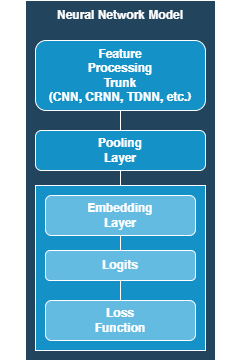
The draw.io diagram latex/slides/img/architecture.png in gabrielecerizza/apr_project, before a commit. Source tidied: cells renumbered, new cells last; positions are measured from the earlier drawing's top-left corner, leaving out a move shared by most shapes.
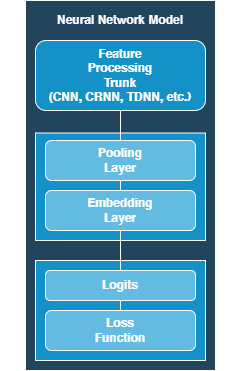
The same diagram one commit later.

The edit, as a diff of the source:
```diff
@@ -3,13 +3,13 @@
     <mxCell id="0" />
     <mxCell id="1" parent="0" />
     <mxCell id="2" style="rounded=0;whiteSpace=wrap;html=1;fontFamily=Helvetica;fillColor=#23445D;strokeColor=#FFFFFF;gradientColor=none;fontColor=#FFFFFF;fontStyle=1;" parent="1" vertex="1">
-      <mxGeometry x="25" width="190" height="360" as="geometry" />
+      <mxGeometry x="25" y="-10" width="190" height="370" as="geometry" />
     </mxCell>
     <mxCell id="3" value="Feature&lt;br&gt;Processing&lt;br&gt;Trunk&lt;br&gt;(CNN, CRNN, TDNN, etc.)" style="rounded=1;whiteSpace=wrap;html=1;fontFamily=Helvetica;fillColor=#1491C7;fontColor=#FFFFFF;strokeColor=#FFFFFF;fontStyle=1;" parent="1" vertex="1">
-      <mxGeometry x="35" y="40" width="170" height="70" as="geometry" />
+      <mxGeometry x="35" y="30" width="170" height="70" as="geometry" />
     </mxCell>
     <mxCell id="4" value="Neural Network Model" style="text;html=1;strokeColor=none;fillColor=none;align=center;verticalAlign=middle;whiteSpace=wrap;rounded=0;fontFamily=Helvetica;fontColor=#FFFFFF;fontStyle=1;" parent="1" vertex="1">
-      <mxGeometry width="240" height="30" as="geometry" />
+      <mxGeometry y="-10" width="240" height="40" as="geometry" />
     </mxCell>
     <mxCell id="5" style="endArrow=none;html=1;rounded=0;exitX=0.5;exitY=1;exitDx=0;exitDy=0;fontFamily=Helvetica;entryX=0.5;entryY=0;entryDx=0;entryDy=0;fontColor=#FFFFFF;strokeColor=#FFFFFF;fontStyle=1;" parent="1" edge="1" source="3" target="7">
       <mxGeometry relative="1" as="geometry" />
@@ -17,20 +17,14 @@
     <mxCell id="6" style="endArrow=none;html=1;rounded=0;entryX=0;entryY=0.5;entryDx=0;entryDy=0;exitX=1;exitY=0.5;exitDx=0;exitDy=0;fontFamily=Helvetica;fontColor=#FFFFFF;strokeColor=#FFFFFF;fontStyle=1;" parent="1" edge="1" source="11" target="12">
       <mxGeometry relative="1" as="geometry" />
     </mxCell>
-    <mxCell id="7" value="Pooling&lt;br&gt;Layer" style="rounded=1;whiteSpace=wrap;html=1;fontFamily=Helvetica;fillColor=#1491C7;fontColor=#FFFFFF;strokeColor=#FFFFFF;fontStyle=1;" parent="1" vertex="1">
-      <mxGeometry x="35" y="130" width="170" height="40" as="geometry" />
-    </mxCell>
     <mxCell id="8" style="endArrow=none;html=1;rounded=0;fontFamily=Helvetica;entryX=0.5;entryY=1;entryDx=0;entryDy=0;exitX=0.5;exitY=0;exitDx=0;exitDy=0;fontColor=#FFFFFF;strokeColor=#FFFFFF;fontStyle=1;" parent="1" edge="1" source="10" target="7">
       <mxGeometry relative="1" as="geometry" />
     </mxCell>
     <mxCell id="9" style="rounded=0;whiteSpace=wrap;html=1;fontFamily=Helvetica;fillColor=#1491C7;fontColor=#FFFFFF;strokeColor=#FFFFFF;fontStyle=1;" parent="1" vertex="1">
-      <mxGeometry x="35" y="185" width="170" height="165" as="geometry" />
+      <mxGeometry x="35" y="250" width="170" height="100" as="geometry" />
     </mxCell>
-    <mxCell id="10" value="Embedding&lt;br&gt;Layer" style="rounded=1;whiteSpace=wrap;html=1;fontFamily=Helvetica;fillColor=#64BBE2;fontColor=#FFFFFF;strokeColor=#FFFFFF;fontStyle=1;" parent="1" vertex="1">
-      <mxGeometry x="45" y="195" width="150" height="40" as="geometry" />
-    </mxCell>
     <mxCell id="11" value="Logits" style="rounded=1;whiteSpace=wrap;html=1;fontFamily=Helvetica;fillColor=#64BBE2;fontColor=#FFFFFF;strokeColor=#FFFFFF;fontStyle=1;" parent="1" vertex="1">
-      <mxGeometry x="45" y="250" width="150" height="30" as="geometry" />
+      <mxGeometry x="45" y="260" width="150" height="30" as="geometry" />
     </mxCell>
     <mxCell id="12" value="Loss&lt;br&gt;Function" style="rounded=1;whiteSpace=wrap;html=1;fontFamily=Helvetica;fillColor=#64BBE2;fontColor=#FFFFFF;strokeColor=#FFFFFF;fontStyle=1;" parent="1" vertex="1">
       <mxGeometry x="45" y="300" width="150" height="40" as="geometry" />
@@ -41,5 +35,23 @@
     <mxCell id="14" style="endArrow=none;html=1;rounded=0;entryX=0.5;entryY=1;entryDx=0;entryDy=0;fontFamily=Helvetica;exitX=0.5;exitY=0;exitDx=0;exitDy=0;fontColor=#FFFFFF;strokeColor=#FFFFFF;fontStyle=1;" parent="1" edge="1" source="12" target="11">
       <mxGeometry relative="1" as="geometry" />
     </mxCell>
+    <mxCell id="15" style="rounded=0;whiteSpace=wrap;html=1;fontFamily=Helvetica;fillColor=#1491C7;fontColor=#FFFFFF;strokeColor=#FFFFFF;fontStyle=1;" parent="1" vertex="1">
+      <mxGeometry x="35" y="122.5" width="170" height="107.5" as="geometry" />
+    </mxCell>
+    <mxCell id="7" value="Pooling&lt;br&gt;Layer" style="rounded=1;whiteSpace=wrap;html=1;fontFamily=Helvetica;fillColor=#64BBE2;fontColor=#FFFFFF;strokeColor=#FFFFFF;fontStyle=1;" parent="1" vertex="1">
+      <mxGeometry x="45" y="130" width="150" height="40" as="geometry" />
+    </mxCell>
+    <mxCell id="10" value="Embedding&lt;br&gt;Layer" style="rounded=1;whiteSpace=wrap;html=1;fontFamily=Helvetica;fillColor=#64BBE2;fontColor=#FFFFFF;strokeColor=#FFFFFF;fontStyle=1;" parent="1" vertex="1">
+      <mxGeometry x="45" y="180" width="150" height="40" as="geometry" />
+    </mxCell>
+    <mxCell id="16" style="endArrow=none;html=1;rounded=0;fontFamily=Helvetica;exitX=0.5;exitY=1;exitDx=0;exitDy=0;fontColor=#FFFFFF;strokeColor=#FFFFFF;fontStyle=1;entryX=0.5;entryY=1;entryDx=0;entryDy=0;" parent="1" edge="1" source="15" target="10">
+      <mxGeometry relative="1" as="geometry" />
+    </mxCell>
+    <mxCell id="17" style="endArrow=none;html=1;rounded=0;fontFamily=Helvetica;exitX=0.5;exitY=0;exitDx=0;exitDy=0;fontColor=#FFFFFF;strokeColor=#FFFFFF;fontStyle=1;entryX=0.5;entryY=1;entryDx=0;entryDy=0;" parent="1" edge="1" source="10" target="7">
+      <mxGeometry relative="1" as="geometry" />
+    </mxCell>
+    <mxCell id="18" style="endArrow=none;html=1;rounded=0;fontFamily=Helvetica;exitX=0.5;exitY=0;exitDx=0;exitDy=0;fontColor=#FFFFFF;strokeColor=#FFFFFF;fontStyle=1;entryX=0.5;entryY=0;entryDx=0;entryDy=0;" parent="1" edge="1" source="7" target="15">
+      <mxGeometry relative="1" as="geometry" />
+    </mxCell>
   </root>
 </mxGraphModel>
```
